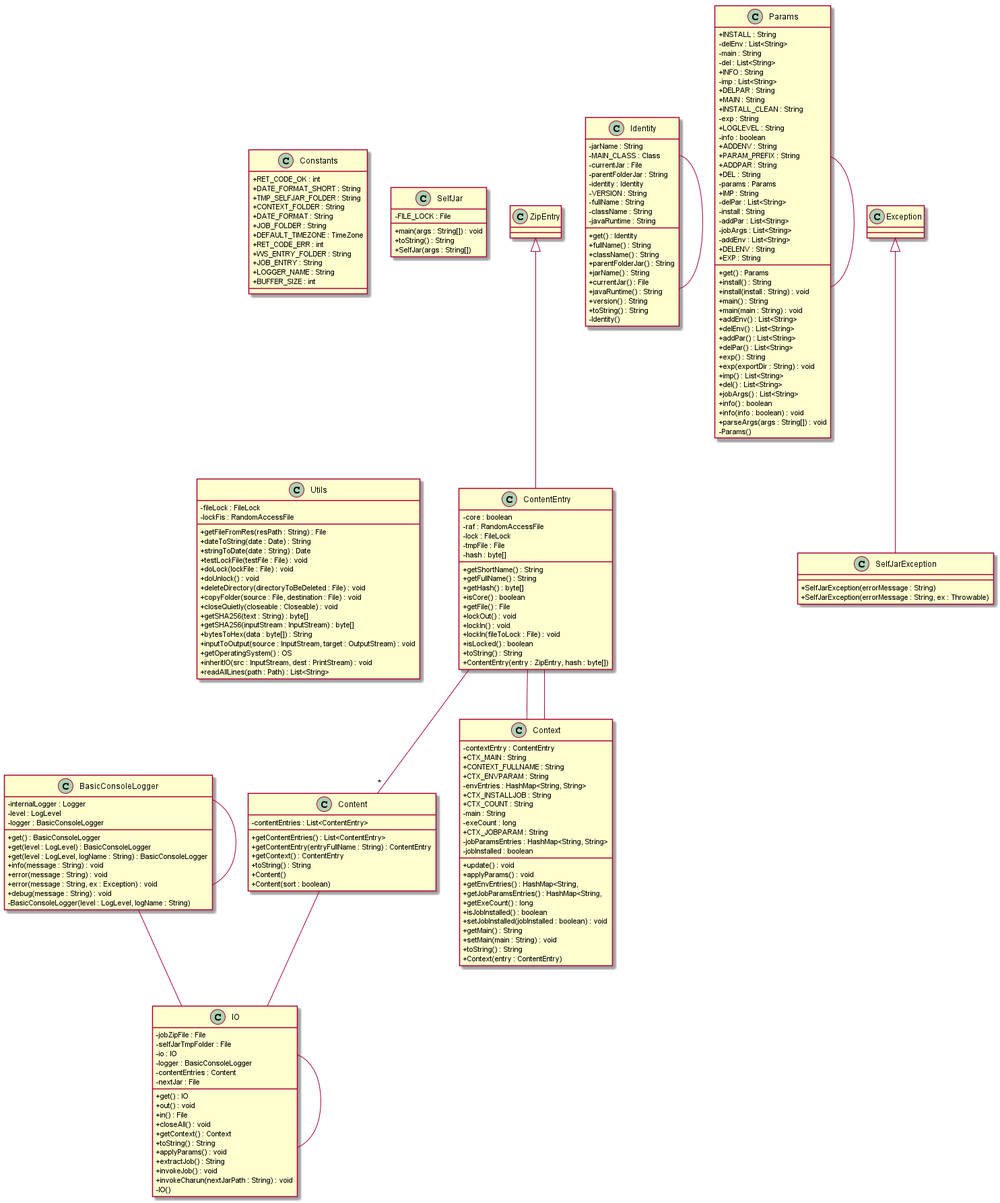
claudio-tortorelli/JarBox keeps this PlantUML diagram as selfjar/uml/uml.png. Above is the earlier version. The source it was exported from:
```plantuml
@startuml
skinparam classAttributeIconSize 0
class BasicConsoleLogger{
+ get() : BasicConsoleLogger
+ get(level : LogLevel) : BasicConsoleLogger
+ get(level : LogLevel, logName : String) : BasicConsoleLogger
+ info(message : String) : void
+ error(message : String) : void
+ error(message : String, ex : Exception) : void
+ debug(message : String) : void
- BasicConsoleLogger(level : LogLevel, logName : String)
- internalLogger : Logger
- level : LogLevel
- logger : BasicConsoleLogger
}
class Constants{
+ RET_CODE_OK : int
+ DATE_FORMAT_SHORT : String
+ TMP_SELFJAR_FOLDER : String
+ CONTEXT_FOLDER : String
+ DATE_FORMAT : String
+ JOB_FOLDER : String
+ DEFAULT_TIMEZONE : TimeZone
+ RET_CODE_ERR : int
+ WS_ENTRY_FOLDER : String
+ JOB_ENTRY : String
+ LOGGER_NAME : String
+ BUFFER_SIZE : int
}
class Content{
+ getContentEntries() : List<ContentEntry>
+ getContentEntry(entryFullName : String) : ContentEntry
+ getContext() : ContentEntry
+ toString() : String
+ Content()
+ Content(sort : boolean)
- contentEntries : List<ContentEntry>
}
ZipEntry <|-- ContentEntry
class ContentEntry{
+ getShortName() : String
+ getFullName() : String
+ getHash() : byte[]
+ isCore() : boolean
+ getFile() : File
+ lockOut() : void
+ lockIn() : void
+ lockIn(fileToLock : File) : void
+ isLocked() : boolean
+ toString() : String
+ ContentEntry(entry : ZipEntry, hash : byte[])
- core : boolean
- raf : RandomAccessFile
- lock : FileLock
- tmpFile : File
- hash : byte[]
}
class Context{
+ update() : void
+ applyParams() : void
+ getEnvEntries() : HashMap<String,
+ getJobParamsEntries() : HashMap<String,
+ getExeCount() : long
+ isJobInstalled() : boolean
+ setJobInstalled(jobInstalled : boolean) : void
+ getMain() : String
+ setMain(main : String) : void
+ toString() : String
+ Context(entry : ContentEntry)
- contextEntry : ContentEntry
+ CTX_MAIN : String
+ CONTEXT_FULLNAME : String
+ CTX_ENVPARAM : String
- envEntries : HashMap<String, String>
+ CTX_INSTALLJOB : String
+ CTX_COUNT : String
- main : String
- exeCount : long
+ CTX_JOBPARAM : String
- jobParamsEntries : HashMap<String, String>
- jobInstalled : boolean
}
class Identity{
+ get() : Identity
+ fullName() : String
+ className() : String
+ parentFolderJar() : String
+ jarName() : String
+ currentJar() : File
+ javaRuntime() : String
+ version() : String
+ toString() : String
- Identity()
- jarName : String
- MAIN_CLASS : Class
- currentJar : File
- parentFolderJar : String
- identity : Identity
- VERSION : String
- fullName : String
- className : String
- javaRuntime : String
}
class IO{
+ get() : IO
+ out() : void
+ in() : File
+ closeAll() : void
+ getContext() : Context
+ toString() : String
+ applyParams() : void
+ extractJob() : String
+ invokeJob() : void
+ invokeCharun(nextJarPath : String) : void
- IO()
- jobZipFile : File
- selfJarTmpFolder : File
- io : IO
- logger : BasicConsoleLogger
- contentEntries : Content
- nextJar : File
}
class Params{
+ get() : Params
+ install() : String
+ install(install : String) : void
+ main() : String
+ main(main : String) : void
+ addEnv() : List<String>
+ delEnv() : List<String>
+ addPar() : List<String>
+ delPar() : List<String>
+ exp() : String
+ exp(exportDir : String) : void
+ imp() : List<String>
+ del() : List<String>
+ jobArgs() : List<String>
+ info() : boolean
+ info(info : boolean) : void
+ parseArgs(args : String[]) : void
- Params()
+ INSTALL : String
- delEnv : List<String>
- main : String
- del : List<String>
+ INFO : String
- imp : List<String>
+ DELPAR : String
+ MAIN : String
+ INSTALL_CLEAN : String
- exp : String
+ LOGLEVEL : String
- info : boolean
+ ADDENV : String
+ PARAM_PREFIX : String
+ ADDPAR : String
+ DEL : String
- params : Params
+ IMP : String
- delPar : List<String>
- install : String
- addPar : List<String>
- jobArgs : List<String>
- addEnv : List<String>
+ DELENV : String
+ EXP : String
}
class SelfJar{
+ main(args : String[]) : void
+ toString() : String
+ SelfJar(args : String[])
- FILE_LOCK : File
}
Exception <|-- SelfJarException
class SelfJarException{
+ SelfJarException(errorMessage : String)
+ SelfJarException(errorMessage : String, ex : Throwable)
}
class Utils{
+ getFileFromRes(resPath : String) : File
+ dateToString(date : Date) : String
+ stringToDate(date : String) : Date
+ testLockFile(testFile : File) : void
+ doLock(lockFile : File) : void
+ doUnlock() : void
+ deleteDirectory(directoryToBeDeleted : File) : void
+ copyFolder(source : File, destination : File) : void
+ closeQuietly(closeable : Closeable) : void
+ getSHA256(text : String) : byte[]
+ getSHA256(inputStream : InputStream) : byte[]
+ bytesToHex(data : byte[]) : String
+ inputToOutput(source : InputStream, target : OutputStream) : void
+ getOperatingSystem() : OS
+ inheritIO(src : InputStream, dest : PrintStream) : void
+ readAllLines(path : Path) : List<String>
- fileLock : FileLock
- lockFis : RandomAccessFile
}
ContentEntry -- Context
ContentEntry -- Context
ContentEntry -- "*" Content
IO -- IO
BasicConsoleLogger -- IO
Content -- IO
Params -- Params
Identity -- Identity
BasicConsoleLogger -- BasicConsoleLogger
@enduml
```
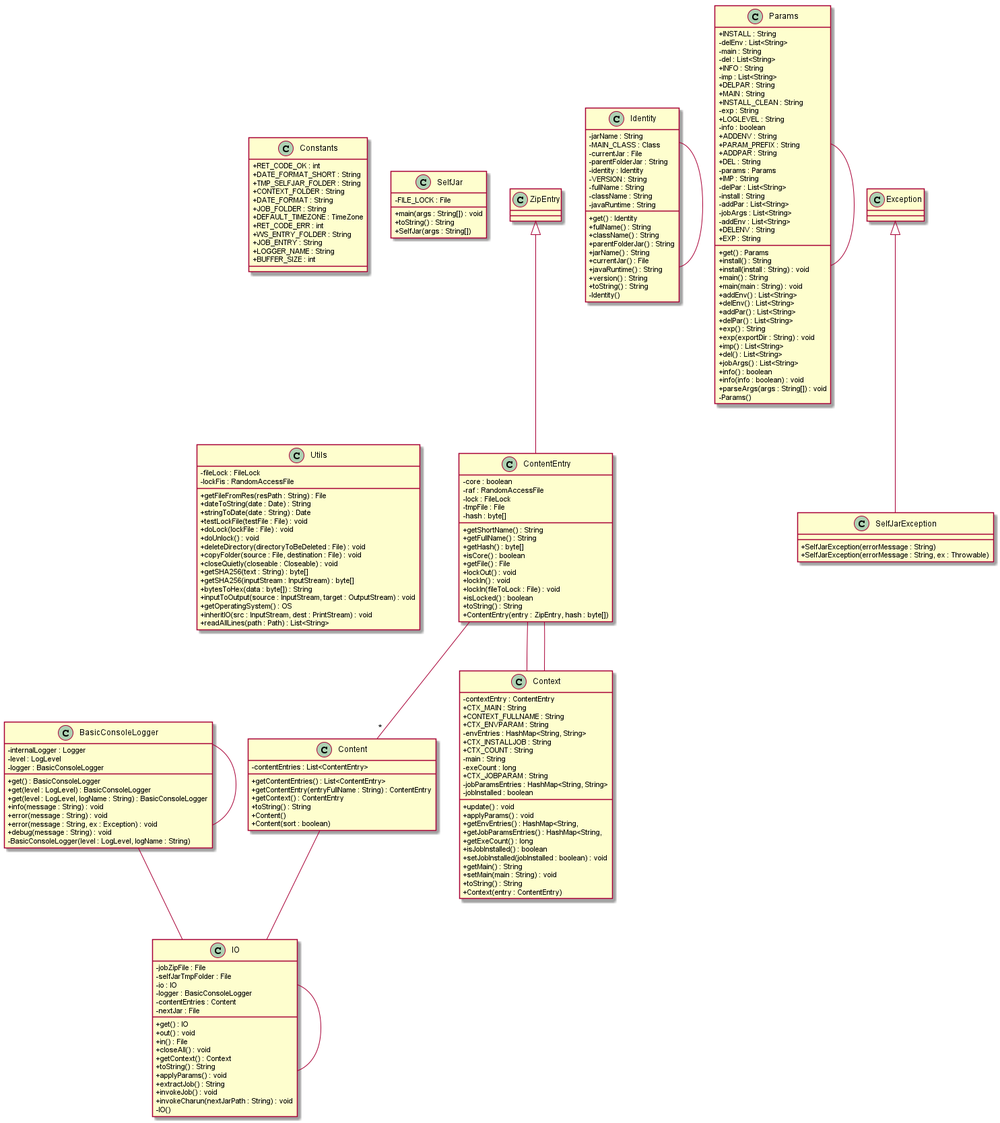
Later version of the same file.

Commit message:
added umlparser as static resource

What changed in the source:
```diff
@@ -199,9 +199,9 @@
 ContentEntry -- Context
 ContentEntry -- Context
 ContentEntry -- "*" Content
+Content -- IO
 IO -- IO
 BasicConsoleLogger -- IO
-Content -- IO
 Params -- Params
 Identity -- Identity
 BasicConsoleLogger -- BasicConsoleLogger
```
